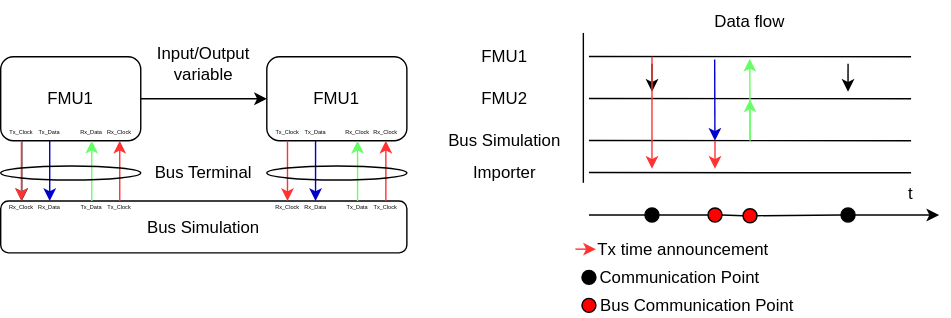
The draw.io diagram docs/images/low_cut_communication_points.svg in modelica/fmi-ls-bus, before a commit. Source tidied: cells renumbered, new cells last; positions are measured from the earlier drawing's top-left corner, leaving out a move shared by most shapes.
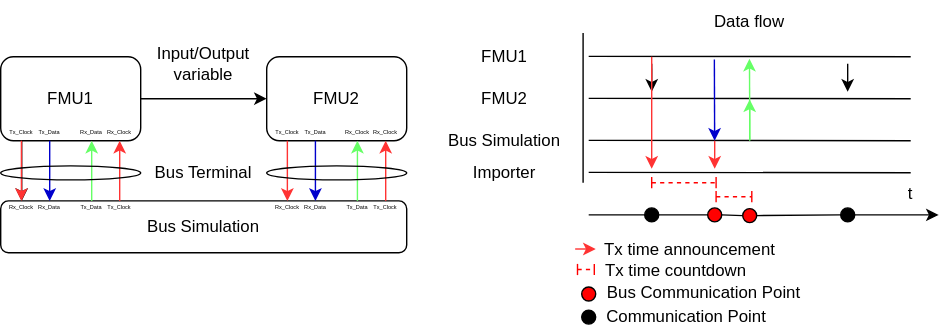
The same diagram one commit later.

Diff of the diagram source:
```diff
@@ -100,13 +100,13 @@
       <mxGeometry relative="1" as="geometry" />
     </mxCell>
     <mxCell id="27" style="ellipse;whiteSpace=wrap;html=1;fillColor=#FF0000;" parent="1" vertex="1">
-      <mxGeometry x="415" y="212.5" width="10" height="10" as="geometry" />
+      <mxGeometry x="415" y="204.5" width="10" height="10" as="geometry" />
     </mxCell>
     <mxCell id="28" style="ellipse;whiteSpace=wrap;html=1;fillColor=#000000;" parent="1" vertex="1">
-      <mxGeometry x="415" y="192.5" width="10" height="10" as="geometry" />
+      <mxGeometry x="415" y="221" width="10" height="10" as="geometry" />
     </mxCell>
     <mxCell id="29" value="Communication Point" style="text;html=1;strokeColor=none;fillColor=none;align=center;verticalAlign=middle;whiteSpace=wrap;rounded=0;" parent="1" vertex="1">
-      <mxGeometry x="425" y="190" width="120" height="15" as="geometry" />
+      <mxGeometry x="430" y="218.5" width="120" height="15" as="geometry" />
     </mxCell>
     <mxCell id="30" value="Rx_Clock" style="text;html=1;strokeColor=none;fillColor=none;align=center;verticalAlign=middle;whiteSpace=wrap;rounded=0;fontSize=4;" parent="1" vertex="1">
       <mxGeometry x="70" y="90" width="30" height="10" as="geometry" />
@@ -162,7 +162,7 @@
         <mxPoint x="14.8" y="143" as="targetPoint" />
       </mxGeometry>
     </mxCell>
-    <mxCell id="45" value="FMU1" style="rounded=1;whiteSpace=wrap;html=1;" parent="1" vertex="1">
+    <mxCell id="45" value="FMU2" style="rounded=1;whiteSpace=wrap;html=1;" parent="1" vertex="1">
       <mxGeometry x="190" y="40" width="100" height="60" as="geometry" />
     </mxCell>
     <mxCell id="46" value="Rx_Clock" style="text;html=1;strokeColor=none;fillColor=none;align=center;verticalAlign=middle;whiteSpace=wrap;rounded=0;fontSize=4;" parent="1" vertex="1">
@@ -232,10 +232,10 @@
       </mxGeometry>
     </mxCell>
     <mxCell id="63" value="Bus Communication Point" style="text;html=1;strokeColor=none;fillColor=none;align=center;verticalAlign=middle;whiteSpace=wrap;rounded=0;" parent="1" vertex="1">
-      <mxGeometry x="425" y="210" width="145" height="15" as="geometry" />
+      <mxGeometry x="429.5" y="202" width="145" height="15" as="geometry" />
     </mxCell>
     <mxCell id="64" value="Tx time announcement" style="text;html=1;strokeColor=none;fillColor=none;align=center;verticalAlign=middle;whiteSpace=wrap;rounded=0;" parent="1" vertex="1">
-      <mxGeometry x="425" y="170" width="125" height="15" as="geometry" />
+      <mxGeometry x="430" y="170" width="125" height="15" as="geometry" />
     </mxCell>
     <mxCell id="65" style="endArrow=classic;html=1;rounded=0;fontSize=4;strokeColor=#FF3333;" parent="1" edge="1">
       <mxGeometry x="-0.07" y="145" relative="1" as="geometry">
@@ -255,5 +255,26 @@
         <mxPoint x="535" y="70.5" as="targetPoint" />
       </mxGeometry>
     </mxCell>
+    <mxCell id="68" style="endArrow=baseDash;startArrow=baseDash;html=1;rounded=0;strokeColor=#FF0000;dashed=1;startFill=0;endFill=0;" parent="1" edge="1">
+      <mxGeometry relative="1" as="geometry">
+        <mxPoint x="465" y="130" as="sourcePoint" />
+        <mxPoint x="511" y="130" as="targetPoint" />
+      </mxGeometry>
+    </mxCell>
+    <mxCell id="69" style="endArrow=baseDash;startArrow=baseDash;html=1;rounded=0;strokeColor=#FF0000;dashed=1;startFill=0;endFill=0;" parent="1" edge="1">
+      <mxGeometry relative="1" as="geometry">
+        <mxPoint x="412" y="192" as="sourcePoint" />
+        <mxPoint x="424" y="192" as="targetPoint" />
+      </mxGeometry>
+    </mxCell>
+    <mxCell id="70" value="Tx time countdown" style="text;html=1;strokeColor=none;fillColor=none;align=center;verticalAlign=middle;whiteSpace=wrap;rounded=0;" parent="1" vertex="1">
+      <mxGeometry x="427.5" y="185" width="109" height="15" as="geometry" />
+    </mxCell>
+    <mxCell id="71" style="endArrow=baseDash;startArrow=baseDash;html=1;rounded=0;strokeColor=#FF0000;dashed=1;startFill=0;endFill=0;" parent="1" edge="1">
+      <mxGeometry relative="1" as="geometry">
+        <mxPoint x="511" y="140" as="sourcePoint" />
+        <mxPoint x="536.5" y="140" as="targetPoint" />
+      </mxGeometry>
+    </mxCell>
   </root>
 </mxGraphModel>
```
